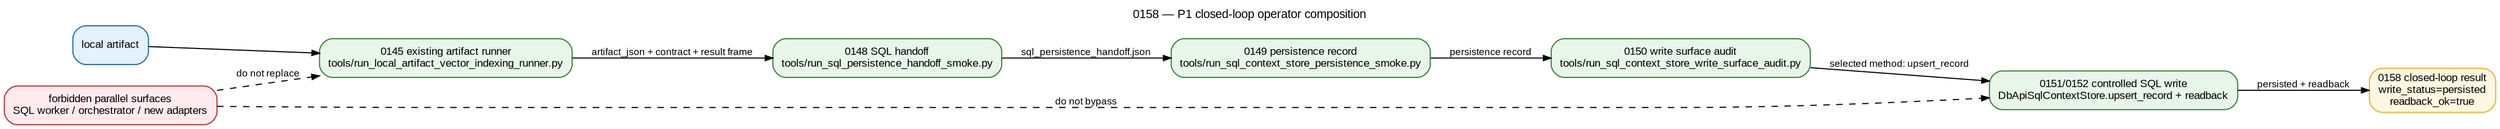
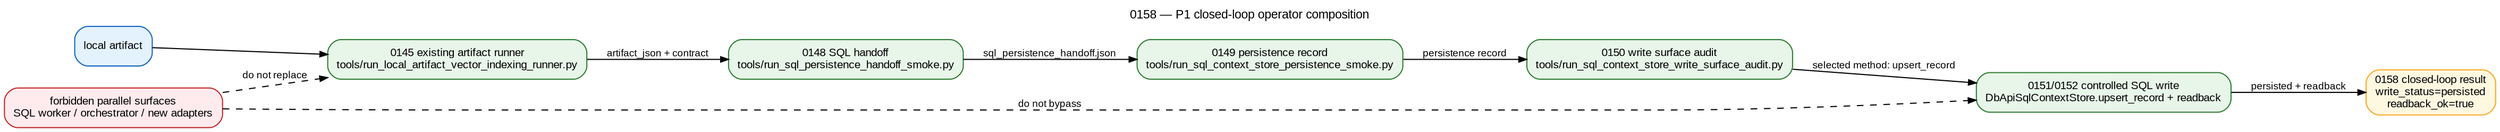
digraph P1ClosedLoopOperatorComposition0158 {
    rankdir=LR;
    compound=true;

    graph [
        fontname="Arial",
        fontsize=11,
        label="0158 — P1 closed-loop operator composition",
        labelloc=t
    ];

    node [shape=box, style="rounded,filled", fontname="Arial", fontsize=10];
    edge [fontname="Arial", fontsize=9, arrowsize=0.7];

    artifact [
        label="local artifact",
        fillcolor="#e3f2fd",
        color="#1565c0"
    ];

    runner0145 [
        label="0145 existing artifact runner\ntools/run_local_artifact_vector_indexing_runner.py",
        fillcolor="#e8f5e9",
        color="#2e7d32"
    ];

    handoff0148 [
        label="0148 SQL handoff\ntools/run_sql_persistence_handoff_smoke.py",
        fillcolor="#e8f5e9",
        color="#2e7d32"
    ];

    record0149 [
        label="0149 persistence record\ntools/run_sql_context_store_persistence_smoke.py",
        fillcolor="#e8f5e9",
        color="#2e7d32"
    ];

    audit0150 [
        label="0150 write surface audit\ntools/run_sql_context_store_write_surface_audit.py",
        fillcolor="#e8f5e9",
        color="#2e7d32"
    ];

    write0151 [
        label="0151/0152 controlled SQL write\nDbApiSqlContextStore.upsert_record + readback",
        fillcolor="#e8f5e9",
        color="#2e7d32"
    ];

    result0158 [
        label="0158 closed-loop result\nwrite_status=persisted\nreadback_ok=true",
        fillcolor="#fff8e1",
        color="#f9a825"
    ];

    forbidden [
        label="forbidden parallel surfaces\nSQL worker / orchestrator / new adapters",
        fillcolor="#ffebee",
        color="#c62828"
    ];

    artifact -> runner0145;
-     runner0145 -> handoff0148 [label="artifact_json + contract + result frame"];
+     runner0145 -> handoff0148 [label="artifact_json + contract"];
    handoff0148 -> record0149 [label="sql_persistence_handoff.json"];
    record0149 -> audit0150 [label="persistence record"];
    audit0150 -> write0151 [label="selected method: upsert_record"];
    write0151 -> result0158 [label="persisted + readback"];

    forbidden -> runner0145 [style=dashed, label="do not replace"];
    forbidden -> write0151 [style=dashed, label="do not bypass"];
}
